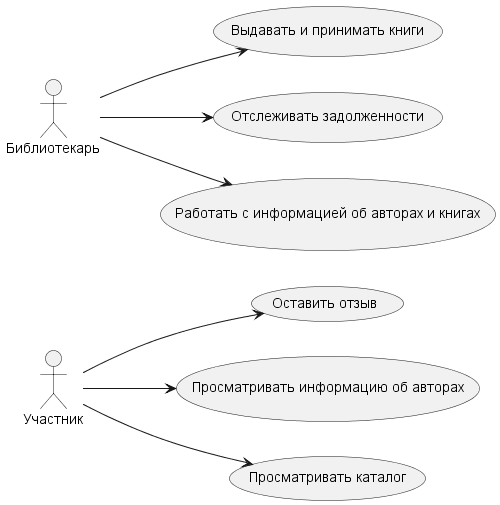
This is out/diagr/diagr.png from tyquipwoowk07-debug/aaa, a PlantUML export, as it was before one commit. Its diagram source:
```plantuml
@startuml diagr
left to right direction

actor Участник

Участник --> (Оставить отзыв)
Участник --> (Просматривать информацию об авторах)
Участник --> (Просматривать каталог)

actor Библиотекарь

Библиотекарь --> (Выдавать и принимать книги)
Библиотекарь --> (Отслеживать задолженности)
Библиотекарь --> (Работать с информацией об авторах и книгах)

@enduml
```
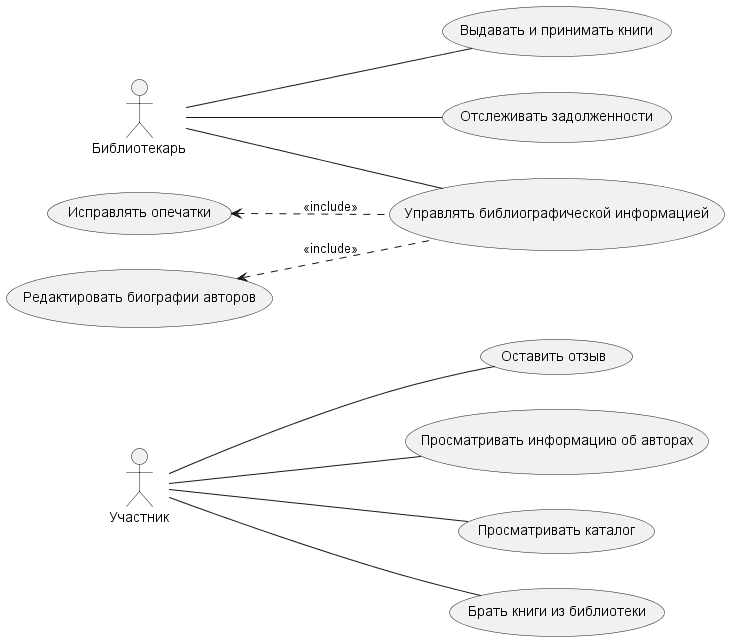
The same file after the commit.

Commit message:
обновленная диаграмма

Change to the diagram source:
```diff
@@ -3,14 +3,16 @@
 
 actor Участник
 
-Участник --> (Оставить отзыв)
-Участник --> (Просматривать информацию об авторах)
-Участник --> (Просматривать каталог)
+Участник -- (Оставить отзыв)
+Участник -- (Просматривать информацию об авторах)
+Участник -- (Просматривать каталог)
+Участник -- (Брать книги из библиотеки)
 
 actor Библиотекарь
 
-Библиотекарь --> (Выдавать и принимать книги)
-Библиотекарь --> (Отслеживать задолженности)
-Библиотекарь --> (Работать с информацией об авторах и книгах)
-
+Библиотекарь -- (Выдавать и принимать книги)
+Библиотекарь -- (Отслеживать задолженности)
+Библиотекарь -- (Управлять библиографической информацией)
+(Исправлять опечатки) <.. (Управлять библиографической информацией): <<include>>
+(Редактировать биографии авторов) <.. (Управлять библиографической информацией): <<include>>
 @enduml
```
